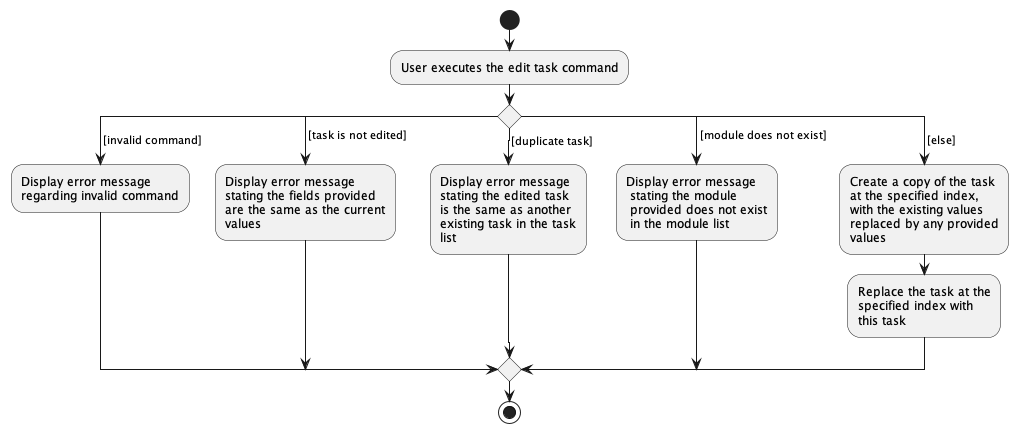
Above: docs/images/EditTaskActivityDiagram.png in nus-cs2103-AY2223S1/tp (PlantUML), before the change.
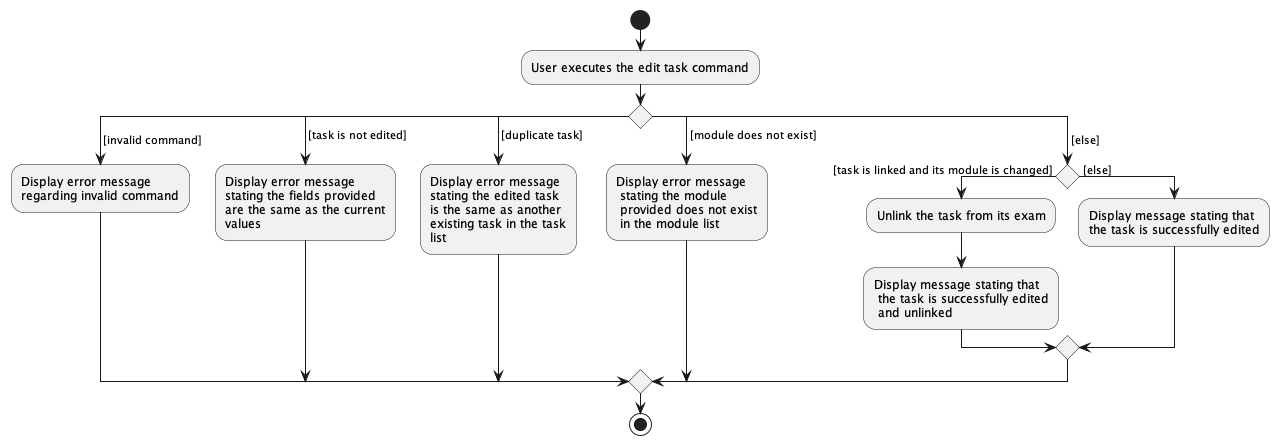
Later version of the same file.

What changed in the source:
```diff
@@ -1,6 +1,7 @@
 @startuml
 start
 :User executes the edit task command;
+
 switch ()
 case ( [invalid command] )
   :Display error message
@@ -22,14 +23,17 @@
    provided does not exist
    in the module list;
 case ( [else] )
-  :Create a copy of the task
-  at the specified index,
-  with the existing values
-  replaced by any provided
-  values;
-  :Replace the task at the
-  specified index with
-  this task;
+    if () then ( [task is linked and its module is changed] )
+        :Unlink the task from its exam;
+        :Display message stating that
+         the task is successfully edited
+         and unlinked;
+    else ( [else] )
+        :Display message stating that
+        the task is successfully edited;
+    endif
+
+
 endswitch
 stop
 @enduml
```
